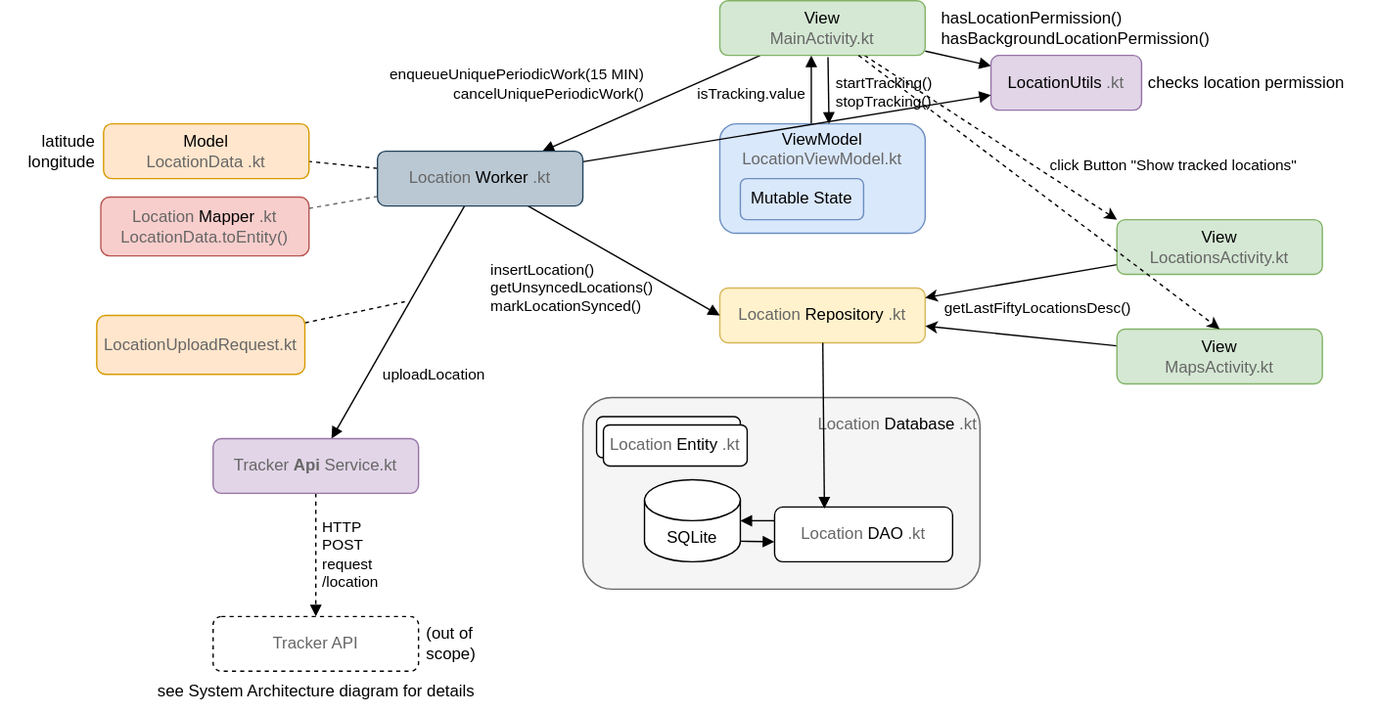
Before: app-architecture.drawio.svg, a diagram exported from draw.io (lchristmann/Tracker). Source tidied: cells renumbered, new cells last; positions are measured from the earlier drawing's top-left corner, leaving out a move shared by most shapes.
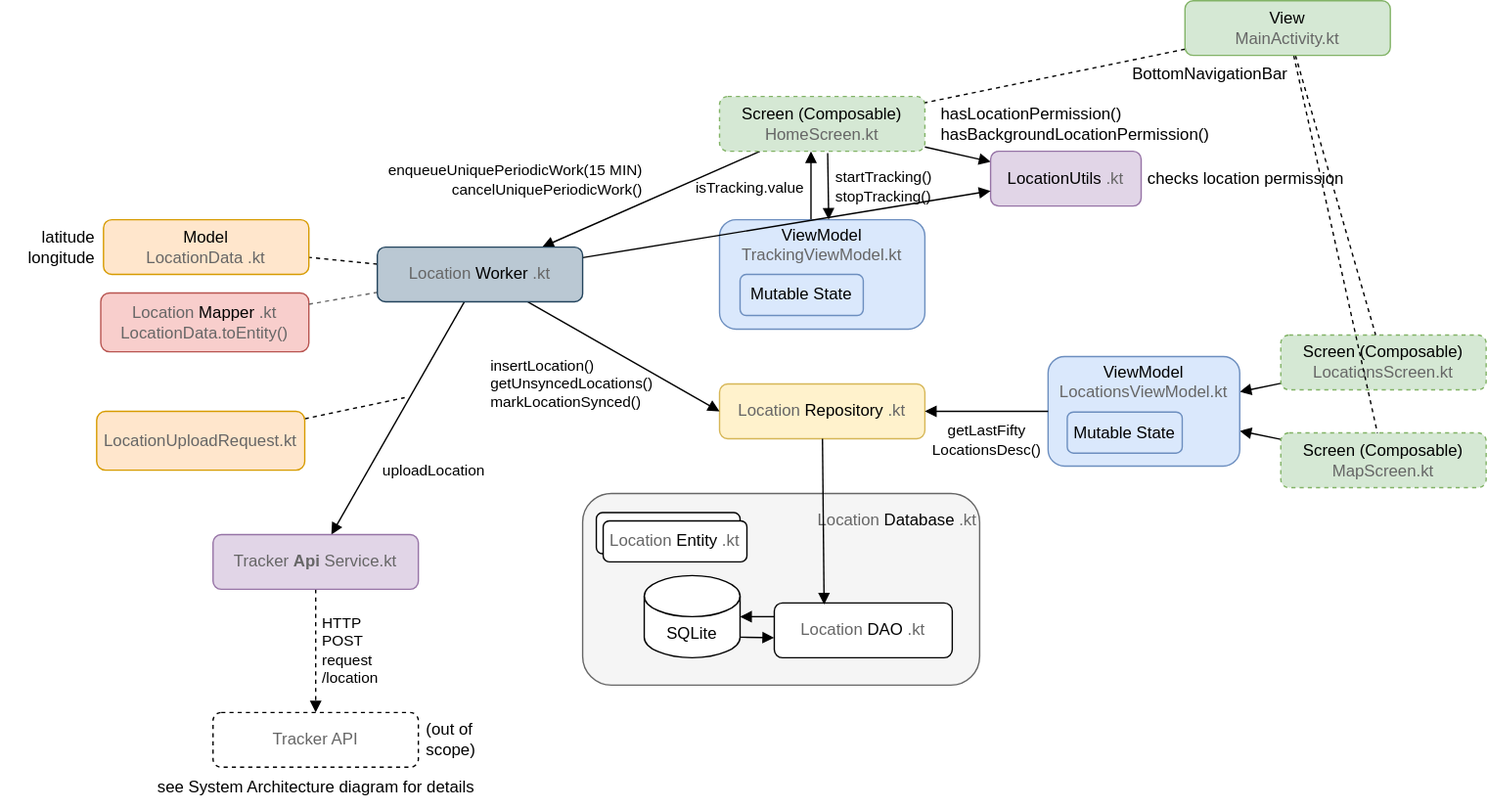
The same file after the commit.

Commit message:
major ui update: bottomNavigationBar with 3 screens as composables

What changed in the source:
```diff
@@ -29,21 +29,13 @@
         <mxPoint x="-7" y="-13" as="offset" />
       </mxGeometry>
     </mxCell>
-    <mxCell id="8" style="edgeStyle=none;html=1;entryX=0;entryY=0;entryDx=0;entryDy=0;dashed=1;" parent="1" edge="1" source="10" target="48">
-      <mxGeometry relative="1" as="geometry" />
-    </mxCell>
-    <mxCell id="9" value="click Button &quot;Show tracked locations&quot;" style="edgeLabel;html=1;align=center;verticalAlign=middle;" parent="8" vertex="1">
-      <mxGeometry x="0.35" y="2" relative="1" as="geometry">
-        <mxPoint x="98" as="offset" />
-      </mxGeometry>
-    </mxCell>
-    <mxCell id="10" value="View&lt;div&gt;&lt;font style=&quot;color: rgb(102, 102, 102);&quot;&gt;MainActivity.kt&lt;/font&gt;&lt;/div&gt;" style="rounded=1;whiteSpace=wrap;html=1;fillColor=#d5e8d4;strokeColor=#82b366;" parent="1" vertex="1">
+    <mxCell id="10" value="Screen (Composable)&lt;div&gt;&lt;font style=&quot;color: rgb(102, 102, 102);&quot;&gt;HomeScreen.kt&lt;/font&gt;&lt;/div&gt;" style="rounded=1;whiteSpace=wrap;html=1;fillColor=#d5e8d4;strokeColor=#82b366;dashed=1;" parent="1" vertex="1">
       <mxGeometry x="525" width="150" height="40" as="geometry" />
     </mxCell>
     <mxCell id="11" value="LocationUtils&lt;font style=&quot;color: rgb(102, 102, 102);&quot;&gt;.kt&lt;/font&gt;" style="rounded=1;whiteSpace=wrap;html=1;fillColor=#e1d5e7;strokeColor=#9673a6;" parent="1" vertex="1">
       <mxGeometry x="723" y="40" width="110" height="40" as="geometry" />
     </mxCell>
-    <mxCell id="12" value="ViewModel&lt;div&gt;&lt;font style=&quot;color: rgb(102, 102, 102);&quot;&gt;LocationViewModel.kt&lt;/font&gt;&lt;/div&gt;&lt;div&gt;&lt;br&gt;&lt;/div&gt;&lt;div&gt;&lt;br&gt;&lt;/div&gt;&lt;div&gt;&lt;br&gt;&lt;/div&gt;" style="rounded=1;whiteSpace=wrap;html=1;fillColor=#dae8fc;strokeColor=#6c8ebf;" parent="1" vertex="1">
+    <mxCell id="12" value="ViewModel&lt;div&gt;&lt;font style=&quot;color: rgb(102, 102, 102);&quot;&gt;TrackingViewModel.kt&lt;/font&gt;&lt;/div&gt;&lt;div&gt;&lt;br&gt;&lt;/div&gt;&lt;div&gt;&lt;br&gt;&lt;/div&gt;&lt;div&gt;&lt;br&gt;&lt;/div&gt;" style="rounded=1;whiteSpace=wrap;html=1;fillColor=#dae8fc;strokeColor=#6c8ebf;" parent="1" vertex="1">
       <mxGeometry x="525" y="90" width="150" height="80" as="geometry" />
     </mxCell>
     <mxCell id="13" value="&lt;font style=&quot;color: rgb(102, 102, 102);&quot;&gt;Location&lt;/font&gt;Repository&lt;font style=&quot;color: rgb(102, 102, 102);&quot;&gt;.kt&lt;/font&gt;" style="rounded=1;whiteSpace=wrap;html=1;fillColor=#fff2cc;strokeColor=#d6b656;" parent="1" vertex="1">
@@ -158,25 +150,49 @@
     <mxCell id="45" value="see System Architecture diagram for details" style="text;html=1;align=center;verticalAlign=middle;strokeColor=none;fillColor=none;" parent="1" vertex="1">
       <mxGeometry x="105" y="490" width="250" height="30" as="geometry" />
     </mxCell>
-    <mxCell id="46" style="edgeStyle=none;html=1;" parent="1" edge="1" source="48" target="13">
+    <mxCell id="46" style="edgeStyle=none;html=1;endArrow=block;endFill=1;" parent="1" edge="1" source="48" target="53">
       <mxGeometry relative="1" as="geometry" />
     </mxCell>
-    <mxCell id="47" value="getLastFiftyLocationsDesc()" style="edgeLabel;html=1;align=center;verticalAlign=middle;" parent="46" vertex="1">
-      <mxGeometry x="-0.03" y="-1" relative="1" as="geometry">
-        <mxPoint x="10" y="21" as="offset" />
-      </mxGeometry>
-    </mxCell>
-    <mxCell id="48" value="View&lt;div&gt;&lt;font style=&quot;color: rgb(102, 102, 102);&quot;&gt;LocationsActivity.kt&lt;/font&gt;&lt;/div&gt;" style="rounded=1;whiteSpace=wrap;html=1;fillColor=#d5e8d4;strokeColor=#82b366;" parent="1" vertex="1">
-      <mxGeometry x="815" y="160" width="150" height="40" as="geometry" />
+    <mxCell id="48" value="Screen (Composable)&lt;div&gt;&lt;font style=&quot;color: rgb(102, 102, 102);&quot;&gt;LocationsScreen.kt&lt;/font&gt;&lt;/div&gt;" style="rounded=1;whiteSpace=wrap;html=1;fillColor=#d5e8d4;strokeColor=#82b366;dashed=1;" parent="1" vertex="1">
+      <mxGeometry x="935" y="174.2" width="150" height="40" as="geometry" />
     </mxCell>
-    <mxCell id="49" style="edgeStyle=none;html=1;" parent="1" edge="1" source="50" target="13">
+    <mxCell id="49" style="edgeStyle=none;html=1;endArrow=block;endFill=1;" parent="1" edge="1" source="50" target="53">
       <mxGeometry relative="1" as="geometry" />
     </mxCell>
-    <mxCell id="50" value="View&lt;div&gt;&lt;font style=&quot;color: rgb(102, 102, 102);&quot;&gt;MapsActivity.kt&lt;/font&gt;&lt;/div&gt;" style="rounded=1;whiteSpace=wrap;html=1;fillColor=#d5e8d4;strokeColor=#82b366;" parent="1" vertex="1">
-      <mxGeometry x="815" y="240" width="150" height="40" as="geometry" />
+    <mxCell id="50" value="Screen (Composable)&lt;div&gt;&lt;font style=&quot;color: rgb(102, 102, 102);&quot;&gt;MapScreen.kt&lt;/font&gt;&lt;/div&gt;" style="rounded=1;whiteSpace=wrap;html=1;fillColor=#d5e8d4;strokeColor=#82b366;dashed=1;" parent="1" vertex="1">
+      <mxGeometry x="935" y="245.8" width="150" height="40" as="geometry" />
     </mxCell>
-    <mxCell id="51" style="edgeStyle=none;html=1;entryX=0.5;entryY=0;entryDx=0;entryDy=0;dashed=1;" parent="1" edge="1" source="10" target="50">
-      <mxGeometry relative="1" as="geometry" />
-    </mxCell>
+    <mxCell id="52" style="group;" parent="1" vertex="1">
+      <mxGeometry x="765" y="190" width="140" height="80" as="geometry" />
+    </mxCell>
+    <mxCell id="53" value="ViewModel&lt;div&gt;&lt;font style=&quot;color: rgb(102, 102, 102);&quot;&gt;LocationsViewModel.kt&lt;/font&gt;&lt;/div&gt;&lt;div&gt;&lt;br&gt;&lt;/div&gt;&lt;div&gt;&lt;br&gt;&lt;/div&gt;&lt;div&gt;&lt;br&gt;&lt;/div&gt;" style="rounded=1;whiteSpace=wrap;html=1;fillColor=#dae8fc;strokeColor=#6c8ebf;" parent="52" vertex="1">
+      <mxGeometry width="140" height="80" as="geometry" />
+    </mxCell>
+    <mxCell id="54" value="Mutable State" style="rounded=1;whiteSpace=wrap;html=1;fillColor=#dae8fc;strokeColor=#6c8ebf;" parent="52" vertex="1">
+      <mxGeometry x="14" y="40.5" width="84" height="30" as="geometry" />
+    </mxCell>
+    <mxCell id="55" style="edgeStyle=none;html=1;endArrow=block;endFill=1;" parent="1" edge="1" source="53" target="13">
+      <mxGeometry relative="1" as="geometry" />
+    </mxCell>
+    <mxCell id="56" value="&lt;span style=&quot;color: rgb(0, 0, 0);&quot;&gt;getLastFifty&lt;/span&gt;&lt;div style=&quot;scrollbar-color: light-dark(#e2e2e2, #4b4b4b)&lt;br/&gt;&#9;&#9;&#9;&#9;&#9;light-dark(#fbfbfb, var(--dark-panel-color));&quot;&gt;LocationsDesc()&lt;/div&gt;" style="edgeLabel;html=1;align=center;verticalAlign=middle;" parent="55" vertex="1">
+      <mxGeometry x="0.09" y="1" relative="1" as="geometry">
+        <mxPoint x="4" y="20" as="offset" />
+      </mxGeometry>
+    </mxCell>
+    <mxCell id="57" style="edgeStyle=none;html=1;endArrow=none;endFill=0;dashed=1;" parent="1" edge="1" source="60" target="10">
+      <mxGeometry relative="1" as="geometry" />
+    </mxCell>
+    <mxCell id="58" style="edgeStyle=none;html=1;endArrow=none;endFill=0;dashed=1;" parent="1" edge="1" source="60" target="48">
+      <mxGeometry relative="1" as="geometry" />
+    </mxCell>
+    <mxCell id="59" style="edgeStyle=none;html=1;endArrow=none;endFill=0;dashed=1;" parent="1" edge="1" source="60" target="50">
+      <mxGeometry relative="1" as="geometry" />
+    </mxCell>
+    <mxCell id="60" value="View&lt;div&gt;&lt;font style=&quot;color: rgb(102, 102, 102);&quot;&gt;MainActivity.kt&lt;/font&gt;&lt;/div&gt;" style="rounded=1;whiteSpace=wrap;html=1;fillColor=#d5e8d4;strokeColor=#82b366;" parent="1" vertex="1">
+      <mxGeometry x="865" y="-70" width="150" height="40" as="geometry" />
+    </mxCell>
+    <mxCell id="61" value="BottomNavigationBar" style="text;html=1;align=center;verticalAlign=middle;strokeColor=none;fillColor=none;" parent="1" vertex="1">
+      <mxGeometry x="813" y="-31" width="140" height="30" as="geometry" />
+    </mxCell>
   </root>
 </mxGraphModel>
```
